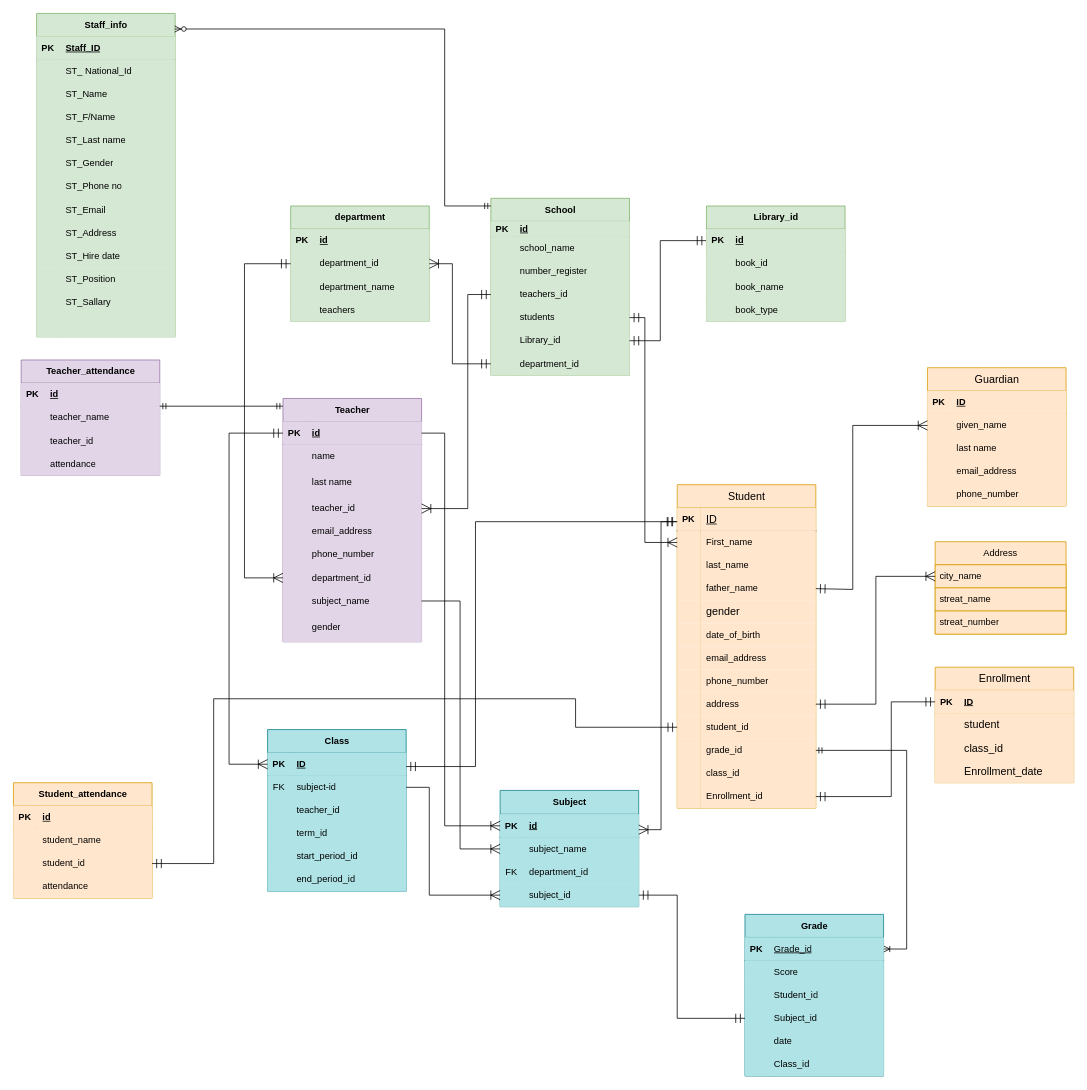
This is page "Page-1" (1 of 2) of ERD for School.drawio from murtazaGharibyar1383/Database-for-school, a draw.io file, before an edit. Source tidied: cells renumbered, new cells numbered last; positions are measured from the earlier drawing's top-left corner, leaving out a move shared by most shapes. Both pictures are drawn from the tidied source at 77%, with x=0, y=0 at pixel (13, 13).
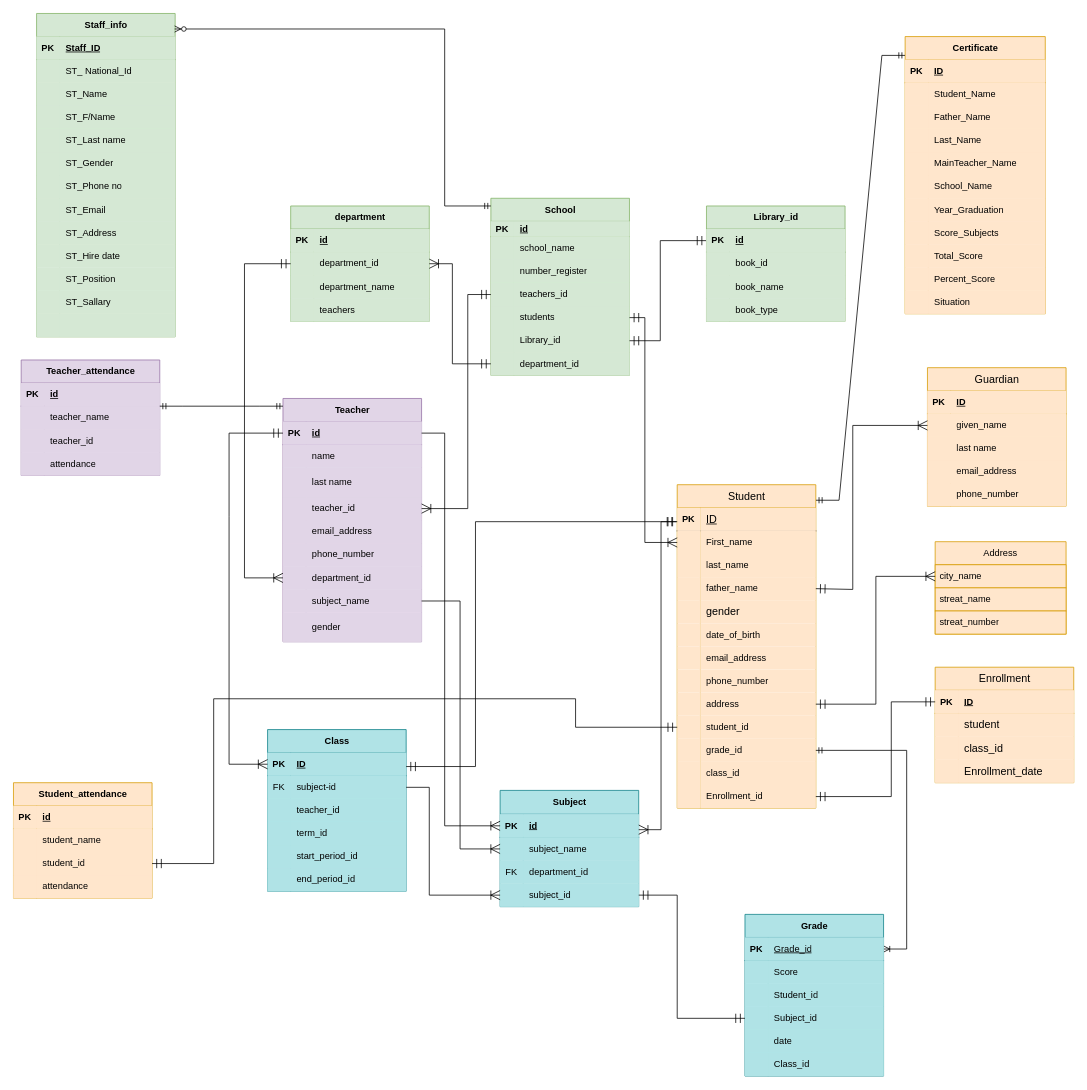
After the change.

The change refers to these unchanged cells:
```xml
<mxCell id="2" value="Student" style="shape=table;startSize=30;childLayout=tableLayout;rowLines=0;fontStyle=0;align=center;html=1;fontSize=14;labelBackgroundColor=none;fillColor=#ffe6cc;strokeColor=#d79b00;" parent="1" vertex="1">
  <mxGeometry x="862" y="612" width="180" height="420" as="geometry" />
</mxCell>
```

What changed in the source:
```diff
@@
+    <mxCell id="287" value="Certificate" style="shape=table;startSize=30;childLayout=tableLayout;rowLines=0;fontStyle=1;align=center;html=1;fillColor=#ffe6cc;strokeColor=#d79b00;" parent="1" vertex="1">
+      <mxGeometry x="1158" y="30" width="182" height="360" as="geometry" />
+    </mxCell>
+    <mxCell id="288" style="shape=tableRow;horizontal=0;startSize=0;swimlaneHead=0;swimlaneBody=0;fillColor=#ffe6cc;points=[[0,0.5],[1,0.5]];portConstraint=eastwest;top=0;left=0;right=0;bottom=1;strokeColor=#d79b00;" parent="287" vertex="1">
+      <mxGeometry y="30" width="182" height="30" as="geometry" />
+    </mxCell>
+    <mxCell id="289" value="PK" style="shape=partialRectangle;fillColor=#ffe6cc;top=0;left=0;bottom=0;right=0;fontStyle=1;overflow=hidden;whiteSpace=wrap;html=1;strokeColor=#d79b00;" parent="288" vertex="1">
+      <mxGeometry width="30" height="30" as="geometry" />
+    </mxCell>
+    <mxCell id="290" value="ID" style="shape=partialRectangle;fillColor=#ffe6cc;top=0;left=0;bottom=0;right=0;align=left;spacingLeft=6;fontStyle=5;overflow=hidden;whiteSpace=wrap;html=1;strokeColor=#d79b00;" parent="288" vertex="1">
+      <mxGeometry x="30" width="152" height="30" as="geometry" />
+    </mxCell>
+    <mxCell id="291" style="shape=tableRow;horizontal=0;startSize=0;swimlaneHead=0;swimlaneBody=0;fillColor=#ffe6cc;top=0;left=0;right=0;bottom=0;strokeColor=#d79b00;" parent="287" vertex="1">
+      <mxGeometry y="60" width="182" height="30" as="geometry" />
+    </mxCell>
+    <mxCell id="292" style="shape=partialRectangle;fillColor=#ffe6cc;top=0;left=0;bottom=0;right=0;overflow=hidden;whiteSpace=wrap;html=1;strokeColor=#d79b00;" parent="291" vertex="1">
+      <mxGeometry width="30" height="30" as="geometry" />
+    </mxCell>
+    <mxCell id="293" value="Student_Name" style="shape=partialRectangle;fillColor=#ffe6cc;top=0;left=0;bottom=0;right=0;align=left;spacingLeft=6;overflow=hidden;whiteSpace=wrap;html=1;strokeColor=#d79b00;" parent="291" vertex="1">
+      <mxGeometry x="30" width="152" height="30" as="geometry" />
+    </mxCell>
+    <mxCell id="294" style="shape=tableRow;horizontal=0;startSize=0;swimlaneHead=0;swimlaneBody=0;fillColor=#ffe6cc;top=0;left=0;right=0;bottom=0;strokeColor=#d79b00;" parent="287" vertex="1">
+      <mxGeometry y="90" width="182" height="30" as="geometry" />
+    </mxCell>
+    <mxCell id="295" style="shape=partialRectangle;fillColor=#ffe6cc;top=0;left=0;bottom=0;right=0;overflow=hidden;whiteSpace=wrap;html=1;strokeColor=#d79b00;" parent="294" vertex="1">
+      <mxGeometry width="30" height="30" as="geometry" />
+    </mxCell>
+    <mxCell id="296" value="Father_Name" style="shape=partialRectangle;fillColor=#ffe6cc;top=0;left=0;bottom=0;right=0;align=left;spacingLeft=6;overflow=hidden;whiteSpace=wrap;html=1;strokeColor=#d79b00;" parent="294" vertex="1">
+      <mxGeometry x="30" width="152" height="30" as="geometry" />
+    </mxCell>
+    <mxCell id="297" style="shape=tableRow;horizontal=0;startSize=0;swimlaneHead=0;swimlaneBody=0;fillColor=#ffe6cc;top=0;left=0;right=0;bottom=0;strokeColor=#d79b00;" parent="287" vertex="1">
+      <mxGeometry y="120" width="182" height="30" as="geometry" />
+    </mxCell>
+    <mxCell id="298" style="shape=partialRectangle;fillColor=#ffe6cc;top=0;left=0;bottom=0;right=0;overflow=hidden;whiteSpace=wrap;html=1;strokeColor=#d79b00;" parent="297" vertex="1">
+      <mxGeometry width="30" height="30" as="geometry" />
+    </mxCell>
+    <mxCell id="299" value="Last_Name" style="shape=partialRectangle;fillColor=#ffe6cc;top=0;left=0;bottom=0;right=0;align=left;spacingLeft=6;overflow=hidden;whiteSpace=wrap;html=1;strokeColor=#d79b00;" parent="297" vertex="1">
+      <mxGeometry x="30" width="152" height="30" as="geometry" />
+    </mxCell>
+    <mxCell id="300" style="shape=tableRow;horizontal=0;startSize=0;swimlaneHead=0;swimlaneBody=0;fillColor=#ffe6cc;top=0;left=0;right=0;bottom=0;strokeColor=#d79b00;" parent="287" vertex="1">
+      <mxGeometry y="150" width="182" height="30" as="geometry" />
+    </mxCell>
+    <mxCell id="301" style="shape=partialRectangle;fillColor=#ffe6cc;top=0;left=0;bottom=0;right=0;overflow=hidden;whiteSpace=wrap;html=1;strokeColor=#d79b00;" parent="300" vertex="1">
+      <mxGeometry width="30" height="30" as="geometry" />
+    </mxCell>
+    <mxCell id="302" value="MainTeacher_Name" style="shape=partialRectangle;fillColor=#ffe6cc;top=0;left=0;bottom=0;right=0;align=left;spacingLeft=6;overflow=hidden;whiteSpace=wrap;html=1;strokeColor=#d79b00;" parent="300" vertex="1">
+      <mxGeometry x="30" width="152" height="30" as="geometry" />
+    </mxCell>
+    <mxCell id="303" style="shape=tableRow;horizontal=0;startSize=0;swimlaneHead=0;swimlaneBody=0;fillColor=#ffe6cc;top=0;left=0;right=0;bottom=0;strokeColor=#d79b00;" parent="287" vertex="1">
+      <mxGeometry y="180" width="182" height="30" as="geometry" />
+    </mxCell>
+    <mxCell id="304" style="shape=partialRectangle;fillColor=#ffe6cc;top=0;left=0;bottom=0;right=0;overflow=hidden;whiteSpace=wrap;html=1;strokeColor=#d79b00;" parent="303" vertex="1">
+      <mxGeometry width="30" height="30" as="geometry" />
+    </mxCell>
+    <mxCell id="305" value="School_Name" style="shape=partialRectangle;fillColor=#ffe6cc;top=0;left=0;bottom=0;right=0;align=left;spacingLeft=6;overflow=hidden;whiteSpace=wrap;html=1;strokeColor=#d79b00;" parent="303" vertex="1">
+      <mxGeometry x="30" width="152" height="30" as="geometry" />
+    </mxCell>
+    <mxCell id="306" style="shape=tableRow;horizontal=0;startSize=0;swimlaneHead=0;swimlaneBody=0;fillColor=#ffe6cc;top=0;left=0;right=0;bottom=0;strokeColor=#d79b00;" parent="287" vertex="1">
+      <mxGeometry y="210" width="182" height="30" as="geometry" />
+    </mxCell>
+    <mxCell id="307" style="shape=partialRectangle;fillColor=#ffe6cc;top=0;left=0;bottom=0;right=0;overflow=hidden;whiteSpace=wrap;html=1;strokeColor=#d79b00;" parent="306" vertex="1">
+      <mxGeometry width="30" height="30" as="geometry" />
+    </mxCell>
+    <mxCell id="308" value="Year_Graduation" style="shape=partialRectangle;fillColor=#ffe6cc;top=0;left=0;bottom=0;right=0;align=left;spacingLeft=6;overflow=hidden;whiteSpace=wrap;html=1;strokeColor=#d79b00;" parent="306" vertex="1">
+      <mxGeometry x="30" width="152" height="30" as="geometry" />
+    </mxCell>
+    <mxCell id="309" style="shape=tableRow;horizontal=0;startSize=0;swimlaneHead=0;swimlaneBody=0;fillColor=#ffe6cc;top=0;left=0;right=0;bottom=0;strokeColor=#d79b00;" parent="287" vertex="1">
+      <mxGeometry y="240" width="182" height="30" as="geometry" />
+    </mxCell>
+    <mxCell id="310" style="shape=partialRectangle;fillColor=#ffe6cc;top=0;left=0;bottom=0;right=0;overflow=hidden;whiteSpace=wrap;html=1;strokeColor=#d79b00;" parent="309" vertex="1">
+      <mxGeometry width="30" height="30" as="geometry" />
+    </mxCell>
+    <mxCell id="311" value="Score_Subjects" style="shape=partialRectangle;fillColor=#ffe6cc;top=0;left=0;bottom=0;right=0;align=left;spacingLeft=6;overflow=hidden;whiteSpace=wrap;html=1;strokeColor=#d79b00;" parent="309" vertex="1">
+      <mxGeometry x="30" width="152" height="30" as="geometry" />
+    </mxCell>
+    <mxCell id="312" style="shape=tableRow;horizontal=0;startSize=0;swimlaneHead=0;swimlaneBody=0;fillColor=#ffe6cc;top=0;left=0;right=0;bottom=0;strokeColor=#d79b00;" parent="287" vertex="1">
+      <mxGeometry y="270" width="182" height="30" as="geometry" />
+    </mxCell>
+    <mxCell id="313" style="shape=partialRectangle;fillColor=#ffe6cc;top=0;left=0;bottom=0;right=0;overflow=hidden;whiteSpace=wrap;html=1;strokeColor=#d79b00;" parent="312" vertex="1">
+      <mxGeometry width="30" height="30" as="geometry" />
+    </mxCell>
+    <mxCell id="314" value="Total_Score" style="shape=partialRectangle;fillColor=#ffe6cc;top=0;left=0;bottom=0;right=0;align=left;spacingLeft=6;overflow=hidden;whiteSpace=wrap;html=1;strokeColor=#d79b00;" parent="312" vertex="1">
+      <mxGeometry x="30" width="152" height="30" as="geometry" />
+    </mxCell>
+    <mxCell id="315" style="shape=tableRow;horizontal=0;startSize=0;swimlaneHead=0;swimlaneBody=0;fillColor=#ffe6cc;top=0;left=0;right=0;bottom=0;strokeColor=#d79b00;" parent="287" vertex="1">
+      <mxGeometry y="300" width="182" height="30" as="geometry" />
+    </mxCell>
+    <mxCell id="316" style="shape=partialRectangle;fillColor=#ffe6cc;top=0;left=0;bottom=0;right=0;overflow=hidden;whiteSpace=wrap;html=1;strokeColor=#d79b00;" parent="315" vertex="1">
+      <mxGeometry width="30" height="30" as="geometry" />
+    </mxCell>
+    <mxCell id="317" value="Percent_Score" style="shape=partialRectangle;fillColor=#ffe6cc;top=0;left=0;bottom=0;right=0;align=left;spacingLeft=6;overflow=hidden;whiteSpace=wrap;html=1;strokeColor=#d79b00;" parent="315" vertex="1">
+      <mxGeometry x="30" width="152" height="30" as="geometry" />
+    </mxCell>
+    <mxCell id="318" style="shape=tableRow;horizontal=0;startSize=0;swimlaneHead=0;swimlaneBody=0;fillColor=#ffe6cc;top=0;left=0;right=0;bottom=0;strokeColor=#d79b00;" parent="287" vertex="1">
+      <mxGeometry y="330" width="182" height="30" as="geometry" />
+    </mxCell>
+    <mxCell id="319" style="shape=partialRectangle;fillColor=#ffe6cc;top=0;left=0;bottom=0;right=0;overflow=hidden;whiteSpace=wrap;html=1;strokeColor=#d79b00;" parent="318" vertex="1">
+      <mxGeometry width="30" height="30" as="geometry" />
+    </mxCell>
+    <mxCell id="320" value="Situation" style="shape=partialRectangle;fillColor=#ffe6cc;top=0;left=0;bottom=0;right=0;align=left;spacingLeft=6;overflow=hidden;whiteSpace=wrap;html=1;strokeColor=#d79b00;" parent="318" vertex="1">
+      <mxGeometry x="30" width="152" height="30" as="geometry" />
+    </mxCell>
+    <mxCell id="321" style="edgeStyle=entityRelationEdgeStyle;fontSize=12;html=1;endArrow=ERmandOne;startArrow=ERmandOne;rounded=0;exitX=1.001;exitY=0.048;exitDx=0;exitDy=0;exitPerimeter=0;entryX=-0.001;entryY=-0.185;entryDx=0;entryDy=0;entryPerimeter=0;" parent="1" edge="1" source="2" target="288">
+      <mxGeometry relative="1" as="geometry" />
+    </mxCell>
```
